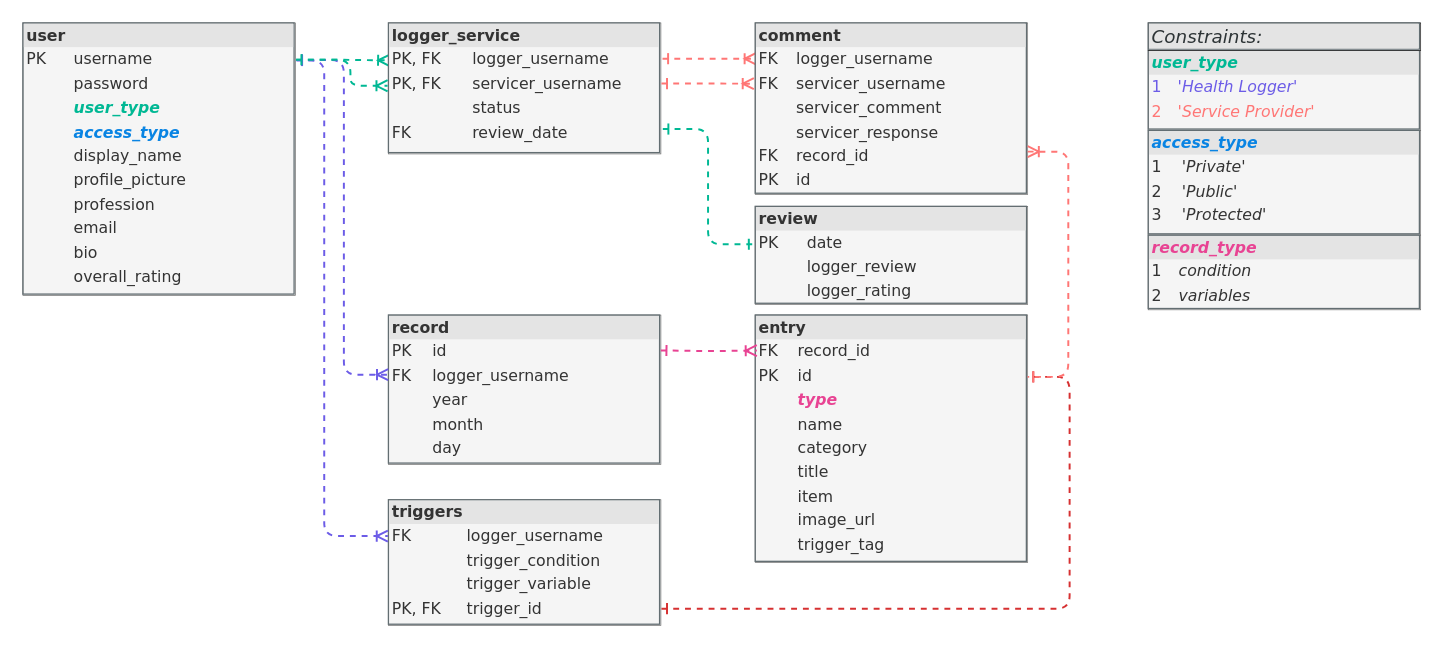
Earlier version of the draw.io diagram diagrams/database/2023-03-05_db-rs-record-entry.drawio (mervin-njy/trigg-track-v2). Source tidied: cells renumbered, new cells numbered last; positions are measured from the earlier drawing's top-left corner, leaving out a move shared by most shapes. Both pictures are drawn from the tidied source at 131%, with x=0, y=0 at pixel (22, 22).
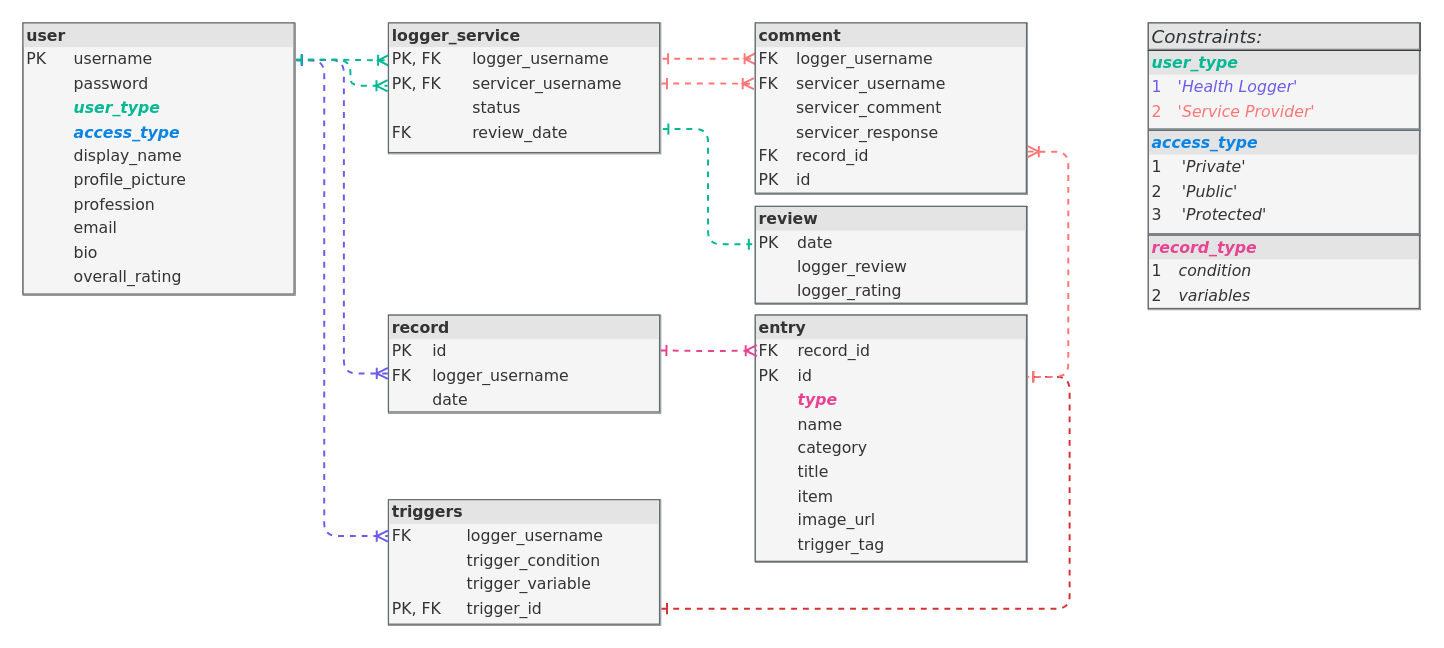
The same page after the edit.

Commit message (it also covers changes not shown here):
reuse date (col_name) instead of year-month-day, LIKE regex works for getRecordEntriesOnDate (see description) - 10 endpoints done and works

The change refers to these unchanged cells:
```xml
<mxCell id="2" value="&lt;div style=&quot;box-sizing: border-box ; width: 100% ; background: #e4e4e4 ; padding: 2px&quot;&gt;&lt;b&gt;user&lt;/b&gt;&lt;/div&gt;&lt;table style=&quot;width: 100% ; font-size: 1em&quot; cellpadding=&quot;2&quot; cellspacing=&quot;0&quot;&gt;&lt;tbody&gt;&lt;tr&gt;&lt;td&gt;PK&lt;/td&gt;&lt;td&gt;username&lt;/td&gt;&lt;/tr&gt;&lt;tr&gt;&lt;td&gt;&lt;br&gt;&lt;/td&gt;&lt;td&gt;password&lt;/td&gt;&lt;/tr&gt;&lt;tr&gt;&lt;td&gt;&lt;/td&gt;&lt;td&gt;&lt;font color=&quot;#00b894&quot;&gt;&lt;b&gt;&lt;i&gt;user_type&lt;/i&gt;&lt;/b&gt;&lt;/font&gt;&lt;/td&gt;&lt;/tr&gt;&lt;tr&gt;&lt;td&gt;&lt;i&gt;&lt;br&gt;&lt;/i&gt;&lt;/td&gt;&lt;td&gt;&lt;font color=&quot;#0984e3&quot;&gt;&lt;b&gt;&lt;i&gt;access_type&lt;/i&gt;&lt;/b&gt;&lt;/font&gt;&lt;br&gt;&lt;/td&gt;&lt;/tr&gt;&lt;tr&gt;&lt;td&gt;&lt;br&gt;&lt;/td&gt;&lt;td&gt;display_name&lt;br&gt;&lt;/td&gt;&lt;/tr&gt;&lt;tr&gt;&lt;td&gt;&lt;br&gt;&lt;/td&gt;&lt;td&gt;profile_picture&lt;br&gt;&lt;/td&gt;&lt;/tr&gt;&lt;tr&gt;&lt;td&gt;&lt;br&gt;&lt;/td&gt;&lt;td&gt;profession&lt;br&gt;&lt;/td&gt;&lt;/tr&gt;&lt;tr&gt;&lt;td&gt;&lt;br&gt;&lt;/td&gt;&lt;td&gt;email&lt;/td&gt;&lt;/tr&gt;&lt;tr&gt;&lt;td&gt;&lt;br&gt;&lt;/td&gt;&lt;td&gt;bio&lt;br&gt;&lt;/td&gt;&lt;/tr&gt;&lt;tr&gt;&lt;td&gt;&lt;br&gt;&lt;/td&gt;&lt;td&gt;overall_rating&lt;br&gt;&lt;/td&gt;&lt;/tr&gt;&lt;/tbody&gt;&lt;/table&gt;" style="verticalAlign=top;align=left;overflow=fill;html=1;rounded=0;shadow=0;comic=0;labelBackgroundColor=none;strokeWidth=0.5;fontFamily=Verdana;fontSize=12;fillColor=#f5f5f5;strokeColor=#666666;fontColor=#333333;glass=0;noLabel=0;portConstraint=none;labelPadding=0;strokeOpacity=100;perimeterSpacing=0;spacingTop=0;spacing=2;spacingLeft=0;labelBorderColor=#636e72;" parent="1" vertex="1">
  <mxGeometry width="208" height="208" as="geometry" />
</mxCell>
```

Change to the diagram source:
```diff
@@
-    <mxCell id="4" value="&lt;div style=&quot;box-sizing: border-box ; width: 100% ; background: #e4e4e4 ; padding: 2px&quot;&gt;&lt;b&gt;review&lt;/b&gt;&lt;/div&gt;&lt;table style=&quot;width: 100% ; font-size: 1em&quot; cellpadding=&quot;2&quot; cellspacing=&quot;0&quot;&gt;&lt;tbody&gt;&lt;tr&gt;&lt;td&gt;PK&lt;/td&gt;&lt;td&gt;date&lt;/td&gt;&lt;/tr&gt;&lt;tr&gt;&lt;td&gt;&lt;br&gt;&lt;/td&gt;&lt;td&gt;logger_review&lt;br&gt;&lt;/td&gt;&lt;/tr&gt;&lt;tr&gt;&lt;td&gt;&lt;/td&gt;&lt;td&gt;logger_rating&lt;/td&gt;&lt;/tr&gt;&lt;/tbody&gt;&lt;/table&gt;" style="verticalAlign=top;align=left;overflow=fill;html=1;rounded=0;shadow=0;comic=0;labelBackgroundColor=none;strokeWidth=0.5;fontFamily=Verdana;fontSize=12;fillColor=#f5f5f5;strokeColor=#666666;fontColor=#333333;labelBorderColor=#636e72;" parent="1" vertex="1">
+    <mxCell id="4" value="&lt;div style=&quot;box-sizing: border-box ; width: 100% ; background: #e4e4e4 ; padding: 2px&quot;&gt;&lt;b&gt;review&lt;/b&gt;&lt;/div&gt;&lt;table style=&quot;width: 100% ; font-size: 1em&quot; cellpadding=&quot;2&quot; cellspacing=&quot;0&quot;&gt;&lt;tbody&gt;&lt;tr&gt;&lt;td&gt;PK&lt;/td&gt;&lt;td&gt;date&lt;/td&gt;&lt;/tr&gt;&lt;tr&gt;&lt;td&gt;&lt;br&gt;&lt;/td&gt;&lt;td&gt;logger_review&amp;nbsp; &amp;nbsp; &amp;nbsp; &amp;nbsp;&lt;br&gt;&lt;/td&gt;&lt;/tr&gt;&lt;tr&gt;&lt;td&gt;&lt;/td&gt;&lt;td&gt;logger_rating&lt;/td&gt;&lt;/tr&gt;&lt;/tbody&gt;&lt;/table&gt;" style="verticalAlign=top;align=left;overflow=fill;html=1;rounded=0;shadow=0;comic=0;labelBackgroundColor=none;strokeWidth=0.5;fontFamily=Verdana;fontSize=12;fillColor=#f5f5f5;strokeColor=#666666;fontColor=#333333;labelBorderColor=#636e72;" parent="1" vertex="1">
       <mxGeometry x="559" y="140" width="208" height="75" as="geometry" />
     </mxCell>
@@
-    <mxCell id="6" value="&lt;div style=&quot;box-sizing: border-box ; width: 100% ; background: #e4e4e4 ; padding: 2px&quot;&gt;&lt;b&gt;record&lt;/b&gt;&lt;/div&gt;&lt;table style=&quot;width: 100% ; font-size: 1em&quot; cellpadding=&quot;2&quot; cellspacing=&quot;0&quot;&gt;&lt;tbody&gt;&lt;tr&gt;&lt;td&gt;PK&lt;/td&gt;&lt;td&gt;id&lt;br&gt;&lt;/td&gt;&lt;/tr&gt;&lt;tr&gt;&lt;td&gt;FK&lt;/td&gt;&lt;td&gt;logger_username&lt;/td&gt;&lt;/tr&gt;&lt;tr&gt;&lt;td&gt;&lt;br&gt;&lt;/td&gt;&lt;td&gt;year&lt;/td&gt;&lt;/tr&gt;&lt;tr&gt;&lt;td&gt;&lt;br&gt;&lt;/td&gt;&lt;td&gt;month&lt;/td&gt;&lt;/tr&gt;&lt;tr&gt;&lt;td&gt;&lt;br&gt;&lt;/td&gt;&lt;td&gt;day&lt;/td&gt;&lt;/tr&gt;&lt;/tbody&gt;&lt;/table&gt;" style="verticalAlign=top;align=left;overflow=fill;html=1;rounded=0;shadow=0;comic=0;labelBackgroundColor=none;strokeWidth=0.5;fontFamily=Verdana;fontSize=12;fillColor=#f5f5f5;strokeColor=#666666;fontColor=#333333;labelBorderColor=#636e72;" parent="1" vertex="1">
-      <mxGeometry x="279" y="223" width="208" height="114" as="geometry" />
+    <mxCell id="6" value="&lt;div style=&quot;box-sizing: border-box ; width: 100% ; background: #e4e4e4 ; padding: 2px&quot;&gt;&lt;b&gt;record&lt;/b&gt;&lt;/div&gt;&lt;table style=&quot;width: 100% ; font-size: 1em&quot; cellpadding=&quot;2&quot; cellspacing=&quot;0&quot;&gt;&lt;tbody&gt;&lt;tr&gt;&lt;td&gt;PK&lt;/td&gt;&lt;td&gt;id&lt;br&gt;&lt;/td&gt;&lt;/tr&gt;&lt;tr&gt;&lt;td&gt;FK&lt;/td&gt;&lt;td&gt;logger_username&lt;/td&gt;&lt;/tr&gt;&lt;tr&gt;&lt;td&gt;&lt;br&gt;&lt;/td&gt;&lt;td&gt;date&lt;/td&gt;&lt;/tr&gt;&lt;/tbody&gt;&lt;/table&gt;" style="verticalAlign=top;align=left;overflow=fill;html=1;rounded=0;shadow=0;comic=0;labelBackgroundColor=none;strokeWidth=0.5;fontFamily=Verdana;fontSize=12;fillColor=#f5f5f5;strokeColor=#666666;fontColor=#333333;labelBorderColor=#636e72;" parent="1" vertex="1">
+      <mxGeometry x="279" y="223" width="208" height="75" as="geometry" />
     </mxCell>
@@
-    <mxCell id="11" style="edgeStyle=orthogonalEdgeStyle;html=1;dashed=1;labelBackgroundColor=none;startArrow=ERone;endArrow=ERoneToMany;fontFamily=Verdana;fontSize=12;align=left;endFill=0;startFill=0;strokeColor=#6c5ce7;strokeWidth=1.5;exitX=1.004;exitY=0.136;exitDx=0;exitDy=0;exitPerimeter=0;entryX=-0.001;entryY=0.399;entryDx=0;entryDy=0;entryPerimeter=0;" parent="1" edge="1" source="2" target="6">
+    <mxCell id="11" style="edgeStyle=orthogonalEdgeStyle;html=1;dashed=1;labelBackgroundColor=none;startArrow=ERone;endArrow=ERoneToMany;fontFamily=Verdana;fontSize=12;align=left;endFill=0;startFill=0;strokeColor=#6c5ce7;strokeWidth=1.5;exitX=1.004;exitY=0.136;exitDx=0;exitDy=0;exitPerimeter=0;entryX=-0.002;entryY=0.594;entryDx=0;entryDy=0;entryPerimeter=0;" parent="1" edge="1" source="2" target="6">
       <mxGeometry relative="1" as="geometry">
         <Array as="points">
           <mxPoint x="245" y="28" />
-          <mxPoint x="245" y="269" />
+          <mxPoint x="245" y="268" />
         </Array>
       </mxGeometry>
     </mxCell>
```
